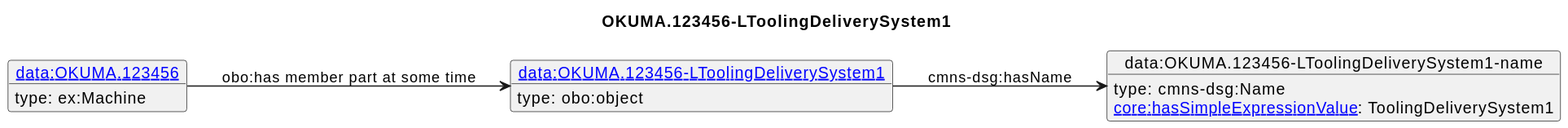
Above: diagrams/OKUMA.123456-LToolingDeliverySystem1.svg in iofoundry/example-syseng-mtconnect (PlantUML), before the change. Source of this version:
```plantuml
@startuml
skinparam linetype polyline
left to right direction
title OKUMA.123456-LToolingDeliverySystem1
object "[[./OKUMA.123456-LToolingDeliverySystem1.html data:OKUMA.123456-LToolingDeliverySystem1]]" as o1 {
 type: obo:object
}
object "data:OKUMA.123456-LToolingDeliverySystem1-name" as o2 {
 type: cmns-dsg:Name
}
object "[[./OKUMA.123456.html data:OKUMA.123456]]" as o3 {
 type: ex:Machine
}
o1 --> o2 : cmns-dsg:hasName
o2 : [[https://spec.industrialontologies.org/ontology/core/Core/hasSimpleExpressionValue core:hasSimpleExpressionValue]]: ToolingDeliverySystem1
o3 --> o1 : obo:has member part at some time
@enduml
```
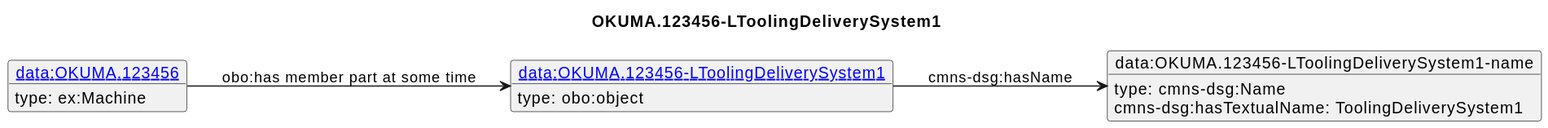
The same file after the commit.

Diff of the diagram source:
```diff
@@ -12,6 +12,6 @@
  type: ex:Machine
 }
 o1 --> o2 : cmns-dsg:hasName
-o2 : [[https://spec.industrialontologies.org/ontology/core/Core/hasSimpleExpressionValue core:hasSimpleExpressionValue]]: ToolingDeliverySystem1
+o2 : cmns-dsg:hasTextualName: ToolingDeliverySystem1
 o3 --> o1 : obo:has member part at some time
 @enduml
```
